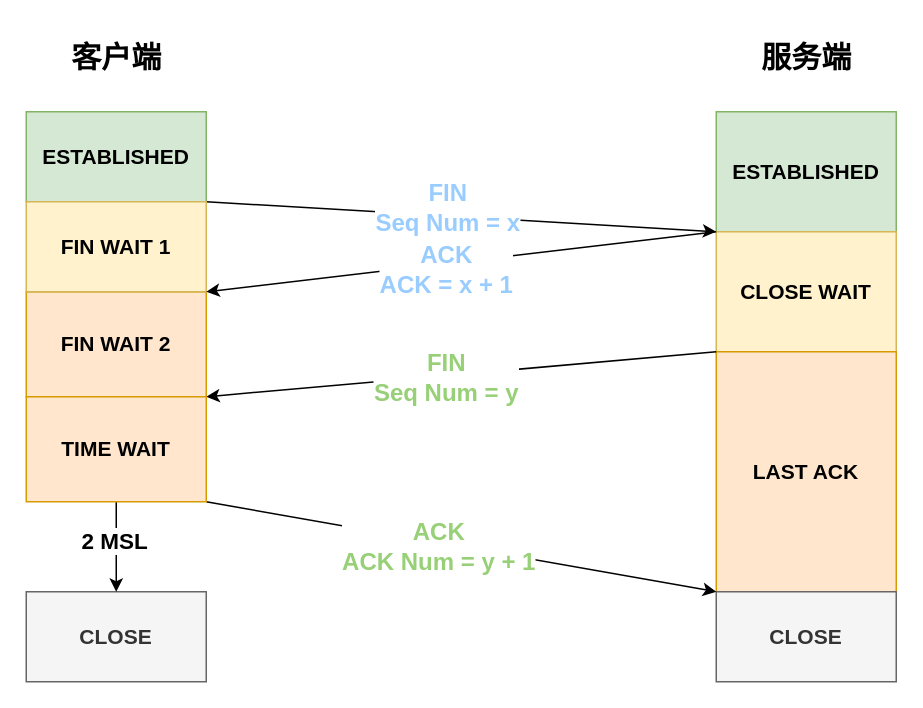
zhenyou-nide/blog keeps this draw.io diagram as src/drawio/tcp-bye-summary.drawio. Above is the earlier version. Source tidied: cells renumbered, new cells numbered last; positions are measured from the earlier drawing's top-left corner, leaving out a move shared by most shapes. Both pictures are drawn from the tidied source at 150%, with x=0, y=0 at pixel (26, 26).
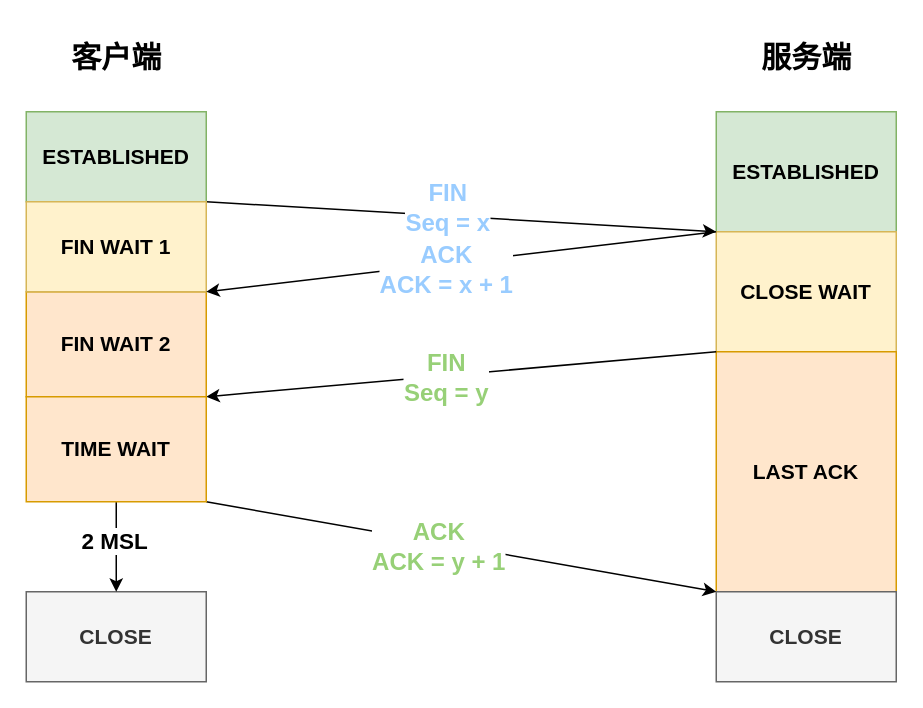
The same page after the edit.

Unchanged cells that the change refers to:
```xml
<mxCell id="3" style="rounded=0;jettySize=auto;html=1;exitX=1;exitY=1;exitDx=0;exitDy=0;entryX=0;entryY=0;entryDx=0;entryDy=0;" parent="1" edge="1" source="2" target="8">
  <mxGeometry relative="1" as="geometry" />
</mxCell>
<mxCell id="13" style="endArrow=classic;html=1;rounded=0;exitX=0;exitY=0;exitDx=0;exitDy=0;entryX=1;entryY=1;entryDx=0;entryDy=0;" parent="1" edge="1" source="9" target="5">
  <mxGeometry relative="1" as="geometry" />
</mxCell>
<mxCell id="15" style="endArrow=classic;html=1;rounded=0;exitX=1;exitY=1;exitDx=0;exitDy=0;entryX=0;entryY=1;entryDx=0;entryDy=0;" parent="1" edge="1" source="20" target="9">
  <mxGeometry relative="1" as="geometry" />
</mxCell>
```

Change to the diagram source:
```diff
@@
-    <mxCell id="4" value="&lt;font color=&quot;#99ccff&quot;&gt;&lt;span style=&quot;font-size: 16px;&quot;&gt;&lt;b&gt;FIN&lt;/b&gt;&lt;/span&gt;&lt;/font&gt;&lt;br&gt;&lt;div style=&quot;font-size: 16px;&quot;&gt;&lt;b style=&quot;&quot;&gt;&lt;font color=&quot;#99ccff&quot; style=&quot;font-size: 16px;&quot;&gt;Seq Num = x&lt;/font&gt;&lt;/b&gt;&lt;/div&gt;" style="edgeLabel;html=1;align=center;verticalAlign=middle;" parent="3" vertex="1">
+    <mxCell id="4" value="&lt;font color=&quot;#99ccff&quot;&gt;&lt;span style=&quot;font-size: 16px;&quot;&gt;&lt;b&gt;FIN&lt;/b&gt;&lt;/span&gt;&lt;/font&gt;&lt;br&gt;&lt;div style=&quot;font-size: 16px;&quot;&gt;&lt;b style=&quot;&quot;&gt;&lt;font color=&quot;#99ccff&quot; style=&quot;font-size: 16px;&quot;&gt;Seq = x&lt;/font&gt;&lt;/b&gt;&lt;/div&gt;" style="edgeLabel;html=1;align=center;verticalAlign=middle;" parent="3" vertex="1">
       <mxGeometry x="-0.2" y="-1" relative="1" as="geometry">
         <mxPoint x="25" y="-5" as="offset" />
       </mxGeometry>
     </mxCell>
@@
-    <mxCell id="14" value="&lt;b style=&quot;font-size: 16px;&quot;&gt;&lt;font style=&quot;font-size: 16px;&quot;&gt;FIN&lt;/font&gt;&lt;/b&gt;&lt;div style=&quot;font-size: 16px;&quot;&gt;&lt;b style=&quot;&quot;&gt;&lt;font style=&quot;font-size: 16px;&quot;&gt;Seq Num = y&lt;/font&gt;&lt;/b&gt;&lt;/div&gt;" style="edgeLabel;html=1;align=center;verticalAlign=middle;fontColor=#97D077;" parent="13" vertex="1">
+    <mxCell id="14" value="&lt;b style=&quot;font-size: 16px;&quot;&gt;&lt;font style=&quot;font-size: 16px;&quot;&gt;FIN&lt;/font&gt;&lt;/b&gt;&lt;div style=&quot;font-size: 16px;&quot;&gt;&lt;b style=&quot;&quot;&gt;&lt;font style=&quot;font-size: 16px;&quot;&gt;Seq = y&lt;/font&gt;&lt;/b&gt;&lt;/div&gt;" style="edgeLabel;html=1;align=center;verticalAlign=middle;fontColor=#97D077;" parent="13" vertex="1">
       <mxGeometry x="-0.03" y="2" relative="1" as="geometry">
         <mxPoint x="-15" as="offset" />
       </mxGeometry>
     </mxCell>
@@
-    <mxCell id="16" value="&lt;b style=&quot;font-size: 16px;&quot;&gt;&lt;font color=&quot;#97d077&quot; style=&quot;font-size: 16px;&quot;&gt;ACK&lt;/font&gt;&lt;/b&gt;&lt;div style=&quot;font-size: 16px;&quot;&gt;&lt;b style=&quot;&quot;&gt;&lt;font color=&quot;#97d077&quot; style=&quot;font-size: 16px;&quot;&gt;ACK Num = y + 1&lt;/font&gt;&lt;/b&gt;&lt;/div&gt;" style="edgeLabel;html=1;align=center;verticalAlign=middle;" parent="15" vertex="1">
+    <mxCell id="16" value="&lt;b style=&quot;font-size: 16px;&quot;&gt;&lt;font color=&quot;#97d077&quot; style=&quot;font-size: 16px;&quot;&gt;ACK&lt;/font&gt;&lt;/b&gt;&lt;div style=&quot;font-size: 16px;&quot;&gt;&lt;b style=&quot;&quot;&gt;&lt;font color=&quot;#97d077&quot; style=&quot;font-size: 16px;&quot;&gt;ACK = y + 1&lt;/font&gt;&lt;/b&gt;&lt;/div&gt;" style="edgeLabel;html=1;align=center;verticalAlign=middle;" parent="15" vertex="1">
       <mxGeometry x="-0.09" y="-2" relative="1" as="geometry" />
     </mxCell>
```
